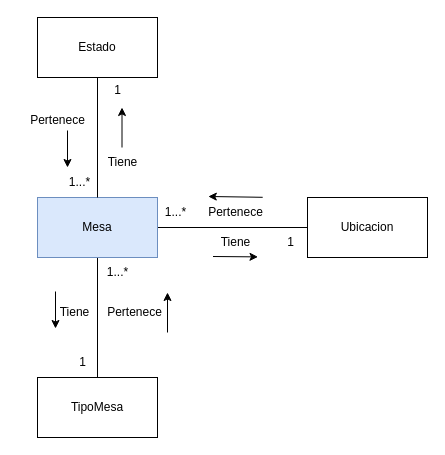
Above: page "Mesas" (5 of 12) of Restaurante_Disenio.drawio in andrescardo98/doo (draw.io), before the change. Source tidied: cells renumbered, new cells numbered last; positions are measured from the earlier drawing's top-left corner, leaving out a move shared by most shapes. Both pictures are drawn from the tidied source at 100%, with x=0, y=0 at pixel (17, 17).
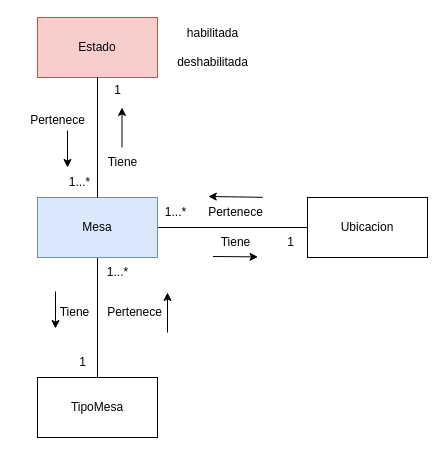
The same page after the edit.

Change to the diagram source:
```diff
@@
-    <mxCell id="5" value="Estado" style="rounded=0;whiteSpace=wrap;html=1;" parent="1" vertex="1">
+    <mxCell id="5" value="Estado" style="rounded=0;whiteSpace=wrap;html=1;fillColor=#f8cecc;strokeColor=#b85450;" parent="1" vertex="1">
       <mxGeometry x="20" width="120" height="60" as="geometry" />
     </mxCell>
@@
+    <mxCell id="27" value="habilitada&lt;br&gt;&lt;br&gt;deshabilitada" style="text;html=1;align=center;verticalAlign=middle;strokeColor=none;fillColor=none;" parent="1" vertex="1">
+      <mxGeometry x="150" width="90" height="60" as="geometry" />
+    </mxCell>
```
